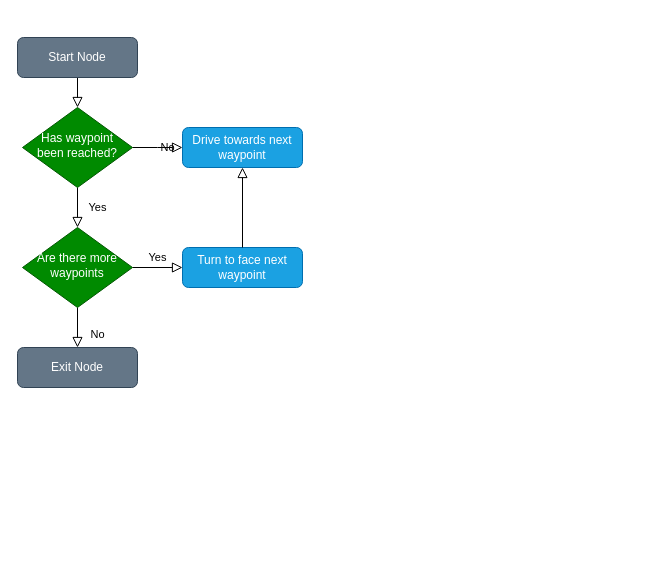
This is img/Square Driver.drawio from AmyPhung/warmup_project, a draw.io file, before an edit. Source tidied: cells renumbered, new cells numbered last; positions are measured from the earlier drawing's top-left corner, leaving out a move shared by most shapes. Both pictures are drawn from the tidied source at 100%, with x=0, y=0 at pixel (17, 37).
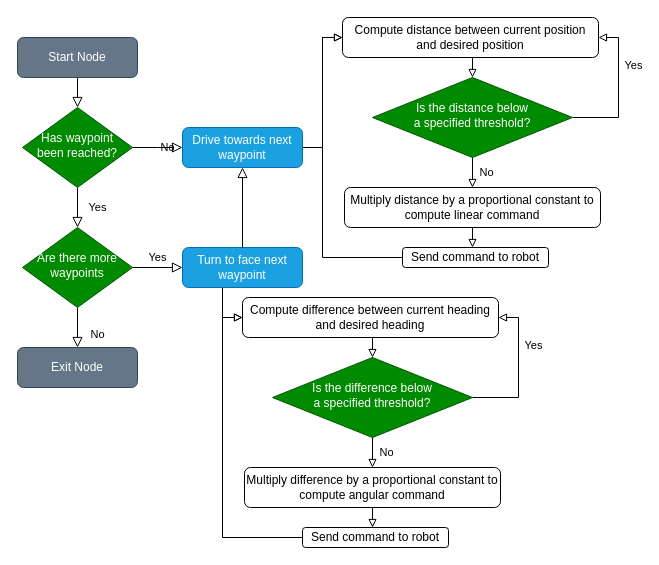
After the change.

Unchanged cells that the change refers to:
```xml
<mxCell id="11" value="Turn to face next waypoint" style="rounded=1;whiteSpace=wrap;html=1;fontSize=12;glass=0;strokeWidth=1;shadow=0;fillColor=#1ba1e2;strokeColor=#006EAF;fontColor=#ffffff;" parent="1" vertex="1">
  <mxGeometry x="165" y="210" width="120" height="40" as="geometry" />
</mxCell>
<mxCell id="12" value="Drive towards next waypoint" style="rounded=1;whiteSpace=wrap;html=1;fontSize=12;glass=0;strokeWidth=1;shadow=0;fillColor=#1ba1e2;strokeColor=#006EAF;fontColor=#ffffff;" parent="1" vertex="1">
  <mxGeometry x="165" y="90" width="120" height="40" as="geometry" />
</mxCell>
```

What changed in the source:
```diff
@@
+    <mxCell id="14" style="edgeStyle=orthogonalEdgeStyle;rounded=0;jettySize=auto;html=1;exitX=0.25;exitY=1;exitDx=0;exitDy=0;entryX=0;entryY=0.5;entryDx=0;entryDy=0;endArrow=block;endFill=0;" parent="1" edge="1" source="11" target="17">
+      <mxGeometry relative="1" as="geometry">
+        <Array as="points">
+          <mxPoint x="205" y="250" />
+          <mxPoint x="205" y="280" />
+        </Array>
+      </mxGeometry>
+    </mxCell>
@@
+    <mxCell id="15" style="edgeStyle=orthogonalEdgeStyle;rounded=0;jettySize=auto;html=1;endArrow=block;endFill=0;" parent="1" edge="1" source="12">
+      <mxGeometry relative="1" as="geometry">
+        <mxPoint x="325" as="targetPoint" />
+        <Array as="points">
+          <mxPoint x="305" y="110" />
+          <mxPoint x="305" />
+        </Array>
+      </mxGeometry>
+    </mxCell>
@@
+    <mxCell id="16" style="edgeStyle=orthogonalEdgeStyle;rounded=0;jettySize=auto;html=1;exitX=0.5;exitY=1;exitDx=0;exitDy=0;entryX=0.5;entryY=0;entryDx=0;entryDy=0;endArrow=block;endFill=0;" parent="1" edge="1" source="17" target="24">
+      <mxGeometry relative="1" as="geometry" />
+    </mxCell>
+    <mxCell id="17" value="Compute difference between current heading and desired heading" style="rounded=1;whiteSpace=wrap;html=1;" parent="1" vertex="1">
+      <mxGeometry x="225" y="260" width="256" height="40" as="geometry" />
+    </mxCell>
+    <mxCell id="18" style="edgeStyle=orthogonalEdgeStyle;rounded=0;jettySize=auto;html=1;entryX=0;entryY=0.5;entryDx=0;entryDy=0;endArrow=block;endFill=0;exitX=0;exitY=0.5;exitDx=0;exitDy=0;" parent="1" edge="1" source="26" target="17">
+      <mxGeometry relative="1" as="geometry">
+        <Array as="points">
+          <mxPoint x="205" y="500" />
+          <mxPoint x="205" y="280" />
+        </Array>
+      </mxGeometry>
+    </mxCell>
+    <mxCell id="19" style="edgeStyle=orthogonalEdgeStyle;rounded=0;jettySize=auto;html=1;exitX=0.5;exitY=1;exitDx=0;exitDy=0;endArrow=block;endFill=0;" parent="1" edge="1" source="20">
+      <mxGeometry relative="1" as="geometry">
+        <mxPoint x="355" y="490" as="targetPoint" />
+      </mxGeometry>
+    </mxCell>
+    <mxCell id="20" value="Multiply difference by a proportional constant to compute angular command" style="rounded=1;whiteSpace=wrap;html=1;" parent="1" vertex="1">
+      <mxGeometry x="227" y="430" width="256" height="40" as="geometry" />
+    </mxCell>
+    <mxCell id="21" style="edgeStyle=orthogonalEdgeStyle;rounded=0;jettySize=auto;html=1;exitX=0.5;exitY=1;exitDx=0;exitDy=0;endArrow=block;endFill=0;" parent="1" edge="1" source="24" target="20">
+      <mxGeometry relative="1" as="geometry" />
+    </mxCell>
+    <mxCell id="22" style="edgeStyle=orthogonalEdgeStyle;rounded=0;jettySize=auto;html=1;entryX=1;entryY=0.5;entryDx=0;entryDy=0;endArrow=block;endFill=0;" parent="1" edge="1" source="24" target="17">
+      <mxGeometry relative="1" as="geometry">
+        <Array as="points">
+          <mxPoint x="355" y="360" />
+          <mxPoint x="501" y="360" />
+          <mxPoint x="501" y="280" />
+        </Array>
+      </mxGeometry>
+    </mxCell>
+    <mxCell id="23" value="Yes" style="edgeLabel;html=1;align=center;verticalAlign=middle;" parent="22" vertex="1">
+      <mxGeometry x="0.2" y="-1" relative="1" as="geometry">
+        <mxPoint x="13" y="-11" as="offset" />
+      </mxGeometry>
+    </mxCell>
+    <mxCell id="24" value="Is the difference below &lt;br&gt;a specified threshold?" style="rhombus;whiteSpace=wrap;html=1;shadow=0;fontFamily=Helvetica;fontSize=12;align=center;strokeWidth=1;spacing=6;spacingTop=-4;fillColor=#008a00;strokeColor=#005700;fontColor=#ffffff;" parent="1" vertex="1">
+      <mxGeometry x="255" y="320" width="200" height="80" as="geometry" />
+    </mxCell>
+    <mxCell id="25" value="No" style="edgeLabel;html=1;align=center;verticalAlign=middle;" parent="1" vertex="1">
+      <mxGeometry x="495" y="370" as="geometry">
+        <mxPoint x="-127" y="44" as="offset" />
+      </mxGeometry>
+    </mxCell>
+    <mxCell id="26" value="Send command to robot" style="rounded=1;whiteSpace=wrap;html=1;" parent="1" vertex="1">
+      <mxGeometry x="285" y="490" width="146" height="20" as="geometry" />
+    </mxCell>
+    <mxCell id="27" style="edgeStyle=orthogonalEdgeStyle;rounded=0;jettySize=auto;html=1;exitX=0.5;exitY=1;exitDx=0;exitDy=0;entryX=0.5;entryY=0;entryDx=0;entryDy=0;endArrow=block;endFill=0;" parent="1" edge="1" source="28" target="35">
+      <mxGeometry relative="1" as="geometry" />
+    </mxCell>
+    <mxCell id="28" value="Compute distance between current position and desired position" style="rounded=1;whiteSpace=wrap;html=1;" parent="1" vertex="1">
+      <mxGeometry x="325" y="-20" width="256" height="40" as="geometry" />
+    </mxCell>
+    <mxCell id="29" style="edgeStyle=orthogonalEdgeStyle;rounded=0;jettySize=auto;html=1;entryX=0;entryY=0.5;entryDx=0;entryDy=0;endArrow=block;endFill=0;exitX=0;exitY=0.5;exitDx=0;exitDy=0;" parent="1" edge="1" source="37" target="28">
+      <mxGeometry relative="1" as="geometry">
+        <Array as="points">
+          <mxPoint x="305" y="220" />
+          <mxPoint x="305" />
+        </Array>
+      </mxGeometry>
+    </mxCell>
+    <mxCell id="30" style="edgeStyle=orthogonalEdgeStyle;rounded=0;jettySize=auto;html=1;exitX=0.5;exitY=1;exitDx=0;exitDy=0;endArrow=block;endFill=0;" parent="1" edge="1" source="31">
+      <mxGeometry relative="1" as="geometry">
+        <mxPoint x="455" y="210" as="targetPoint" />
+      </mxGeometry>
+    </mxCell>
+    <mxCell id="31" value="Multiply distance by a proportional constant to compute linear command" style="rounded=1;whiteSpace=wrap;html=1;" parent="1" vertex="1">
+      <mxGeometry x="327" y="150" width="256" height="40" as="geometry" />
+    </mxCell>
+    <mxCell id="32" style="edgeStyle=orthogonalEdgeStyle;rounded=0;jettySize=auto;html=1;exitX=0.5;exitY=1;exitDx=0;exitDy=0;endArrow=block;endFill=0;" parent="1" edge="1" source="35" target="31">
+      <mxGeometry relative="1" as="geometry" />
+    </mxCell>
+    <mxCell id="33" style="edgeStyle=orthogonalEdgeStyle;rounded=0;jettySize=auto;html=1;entryX=1;entryY=0.5;entryDx=0;entryDy=0;endArrow=block;endFill=0;" parent="1" edge="1" source="35" target="28">
+      <mxGeometry relative="1" as="geometry">
+        <Array as="points">
+          <mxPoint x="455" y="80" />
+          <mxPoint x="601" y="80" />
+          <mxPoint x="601" />
+        </Array>
+      </mxGeometry>
+    </mxCell>
+    <mxCell id="34" value="Yes" style="edgeLabel;html=1;align=center;verticalAlign=middle;" parent="33" vertex="1">
+      <mxGeometry x="0.2" y="-1" relative="1" as="geometry">
+        <mxPoint x="13" y="-11" as="offset" />
+      </mxGeometry>
+    </mxCell>
+    <mxCell id="35" value="Is the distance below &lt;br&gt;a specified threshold?" style="rhombus;whiteSpace=wrap;html=1;shadow=0;fontFamily=Helvetica;fontSize=12;align=center;strokeWidth=1;spacing=6;spacingTop=-4;fillColor=#008a00;strokeColor=#005700;fontColor=#ffffff;" parent="1" vertex="1">
+      <mxGeometry x="355" y="40" width="200" height="80" as="geometry" />
+    </mxCell>
+    <mxCell id="36" value="No" style="edgeLabel;html=1;align=center;verticalAlign=middle;" parent="1" vertex="1">
+      <mxGeometry x="595" y="90" as="geometry">
+        <mxPoint x="-127" y="44" as="offset" />
+      </mxGeometry>
+    </mxCell>
+    <mxCell id="37" value="Send command to robot" style="rounded=1;whiteSpace=wrap;html=1;" parent="1" vertex="1">
+      <mxGeometry x="385" y="210" width="146" height="20" as="geometry" />
+    </mxCell>
```
